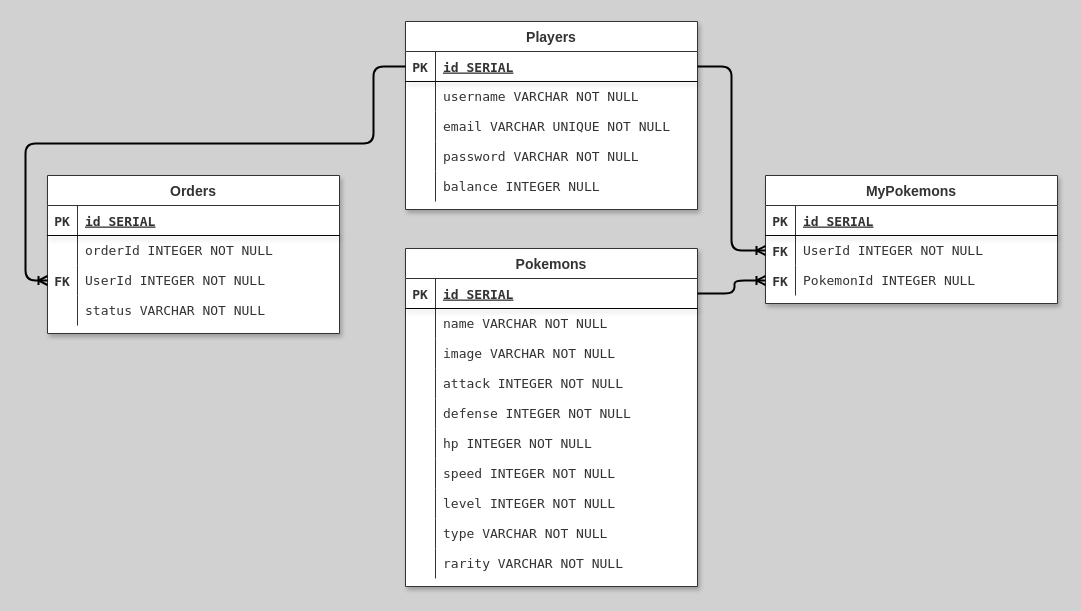
The draw.io diagram server/erd/schema.dio in ibnufajarw/PokeVault, before the edit. Source tidied: cells renumbered, new cells numbered last; positions are measured from the earlier drawing's top-left corner, leaving out a move shared by most shapes. Both pictures are drawn from the tidied source at 100%, with x=0, y=0 at pixel (25, 21).
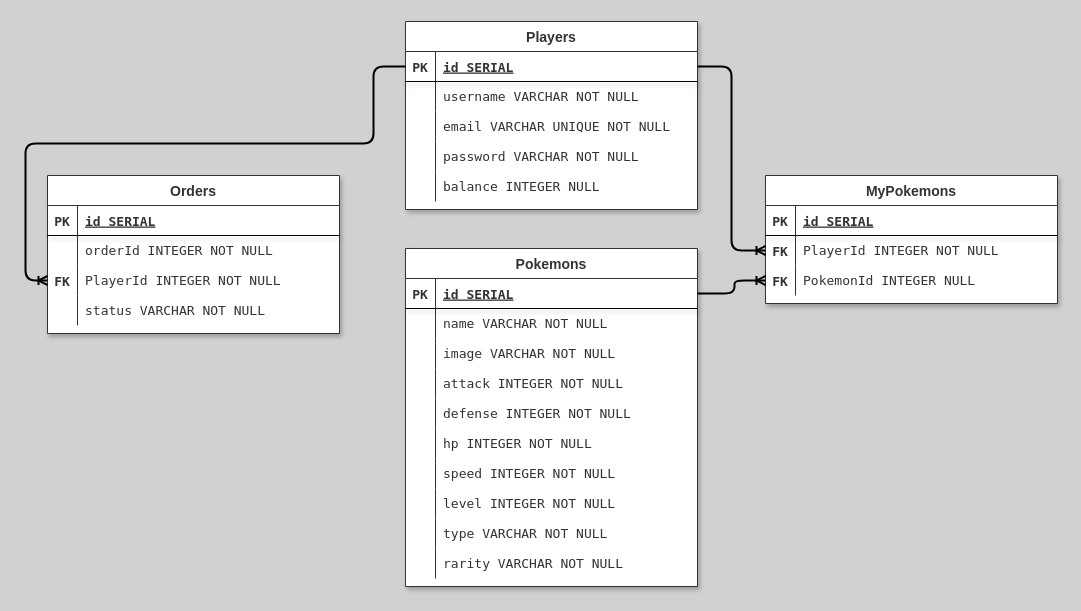
Above is the later version.

Unchanged cells that the change refers to:
```xml
<mxCell id="53" style="shape=tableRow;horizontal=0;startSize=0;swimlaneHead=0;swimlaneBody=0;fillColor=none;points=[[0,0.5],[1,0.5]];portConstraint=eastwest;top=0;left=0;right=0;bottom=0;rounded=0;shadow=1;comic=0;fillStyle=auto;strokeColor=#050505;strokeWidth=1;fontFamily=Helvetica;fontSize=12;fontColor=#333333;" parent="49" vertex="1">
  <mxGeometry y="60" width="292" height="30" as="geometry" />
</mxCell>
<mxCell id="66" style="shape=tableRow;horizontal=0;startSize=0;swimlaneHead=0;swimlaneBody=0;fillColor=none;points=[[0,0.5],[1,0.5]];portConstraint=eastwest;top=0;left=0;right=0;bottom=0;rounded=0;shadow=1;comic=0;fillStyle=auto;strokeColor=#050505;strokeWidth=1;fontFamily=Helvetica;fontSize=12;fontColor=#333333;" parent="59" vertex="1">
  <mxGeometry y="90" width="292" height="30" as="geometry" />
</mxCell>
```

Change to the diagram source:
```diff
@@
-    <mxCell id="55" value="UserId INTEGER NOT NULL" style="shape=partialRectangle;fillColor=none;top=0;left=0;bottom=0;right=0;align=left;spacingLeft=6;overflow=hidden;rounded=0;shadow=1;comic=0;fillStyle=auto;strokeColor=#050505;strokeWidth=1;fontFamily=Lucida Console;fontSize=13;fontColor=#333333;startSize=34;labelBackgroundColor=none;labelBorderColor=none;html=1;fontStyle=0;" parent="53" vertex="1">
+    <mxCell id="55" value="PlayerId INTEGER NOT NULL" style="shape=partialRectangle;fillColor=none;top=0;left=0;bottom=0;right=0;align=left;spacingLeft=6;overflow=hidden;rounded=0;shadow=1;comic=0;fillStyle=auto;strokeColor=#050505;strokeWidth=1;fontFamily=Lucida Console;fontSize=13;fontColor=#333333;startSize=34;labelBackgroundColor=none;labelBorderColor=none;html=1;fontStyle=0;" parent="53" vertex="1">
       <mxGeometry x="30" width="262" height="30" as="geometry" />
     </mxCell>
@@
-    <mxCell id="68" value="UserId INTEGER NOT NULL" style="shape=partialRectangle;fillColor=none;top=0;left=0;bottom=0;right=0;align=left;spacingLeft=6;overflow=hidden;rounded=0;shadow=1;comic=0;fillStyle=auto;strokeColor=#050505;strokeWidth=1;fontFamily=Lucida Console;fontSize=13;fontColor=#333333;startSize=34;labelBackgroundColor=none;labelBorderColor=none;html=1;fontStyle=0;" parent="66" vertex="1">
+    <mxCell id="68" value="PlayerId INTEGER NOT NULL" style="shape=partialRectangle;fillColor=none;top=0;left=0;bottom=0;right=0;align=left;spacingLeft=6;overflow=hidden;rounded=0;shadow=1;comic=0;fillStyle=auto;strokeColor=#050505;strokeWidth=1;fontFamily=Lucida Console;fontSize=13;fontColor=#333333;startSize=34;labelBackgroundColor=none;labelBorderColor=none;html=1;fontStyle=0;" parent="66" vertex="1">
       <mxGeometry x="30" width="262" height="30" as="geometry" />
     </mxCell>
```
